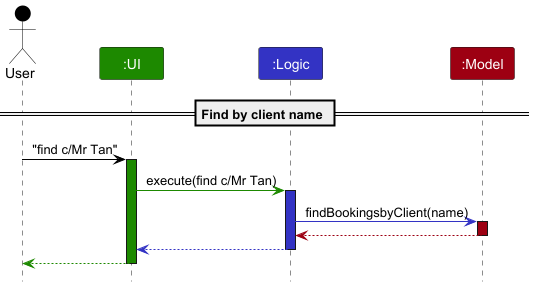
This is docs/images/FindBookingbyClientProposedSequence.png from tathan08/tp, a PlantUML export, as it was before one commit.
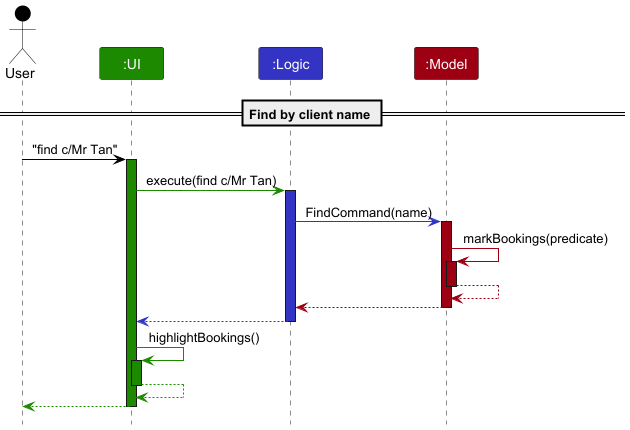
After the commit.

The edit, as a diff of the source:
```diff
@@ -7,7 +7,6 @@
 Participant ":Logic" as logic LOGIC_COLOR
 Participant ":Model" as model MODEL_COLOR
 
-
 == Find by client name ==
 
 user -[USER_COLOR]> ui : "find c/Mr Tan"
@@ -15,16 +14,25 @@
 ui -[UI_COLOR]> logic : execute(find c/Mr Tan)
 activate logic LOGIC_COLOR
 
+logic -[LOGIC_COLOR]> model : FindCommand(name)
+activate model MODEL_COLOR
 
-logic -[LOGIC_COLOR]> model : findBookingsbyClient(name)
+model -[MODEL_COLOR]> model : markBookings(predicate)
 activate model MODEL_COLOR
+model --[MODEL_COLOR]> model :
+deactivate model MODEL_COLOR
+
 model -[MODEL_COLOR]-> logic :
 deactivate model
 
-
-
 logic --[LOGIC_COLOR]> ui :
 deactivate logic
+
+ui -[UI_COLOR]> ui : highlightBookings()
+activate ui UI_COLOR
+ui  --[UI_COLOR]> ui :
+deactivate ui
+
 ui --[UI_COLOR]> user :
 deactivate ui
 @enduml
```
